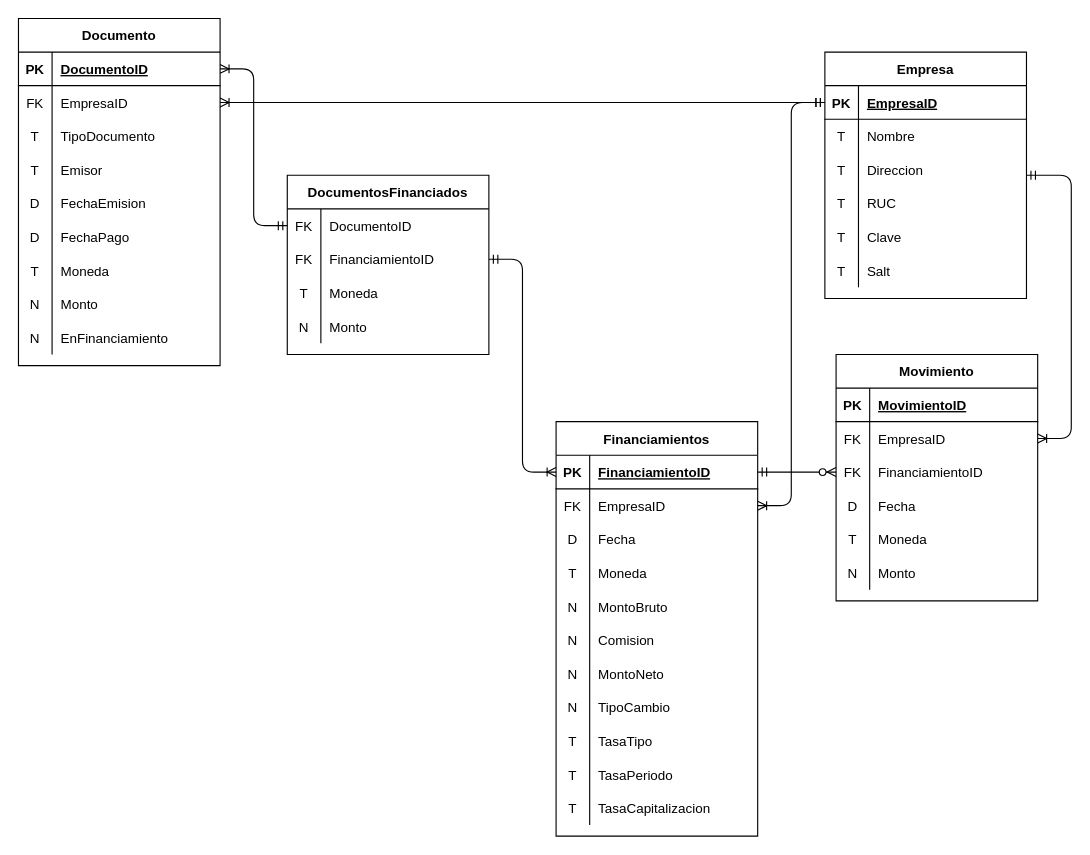
The draw.io diagram database/Diagrama-ER.drawio in RenzoDD/finanzas-proyecto, before the edit. Source tidied: cells renumbered, new cells numbered last; positions are measured from the earlier drawing's top-left corner, leaving out a move shared by most shapes. Both pictures are drawn from the tidied source at 112%, with x=0, y=0 at pixel (18, 18).
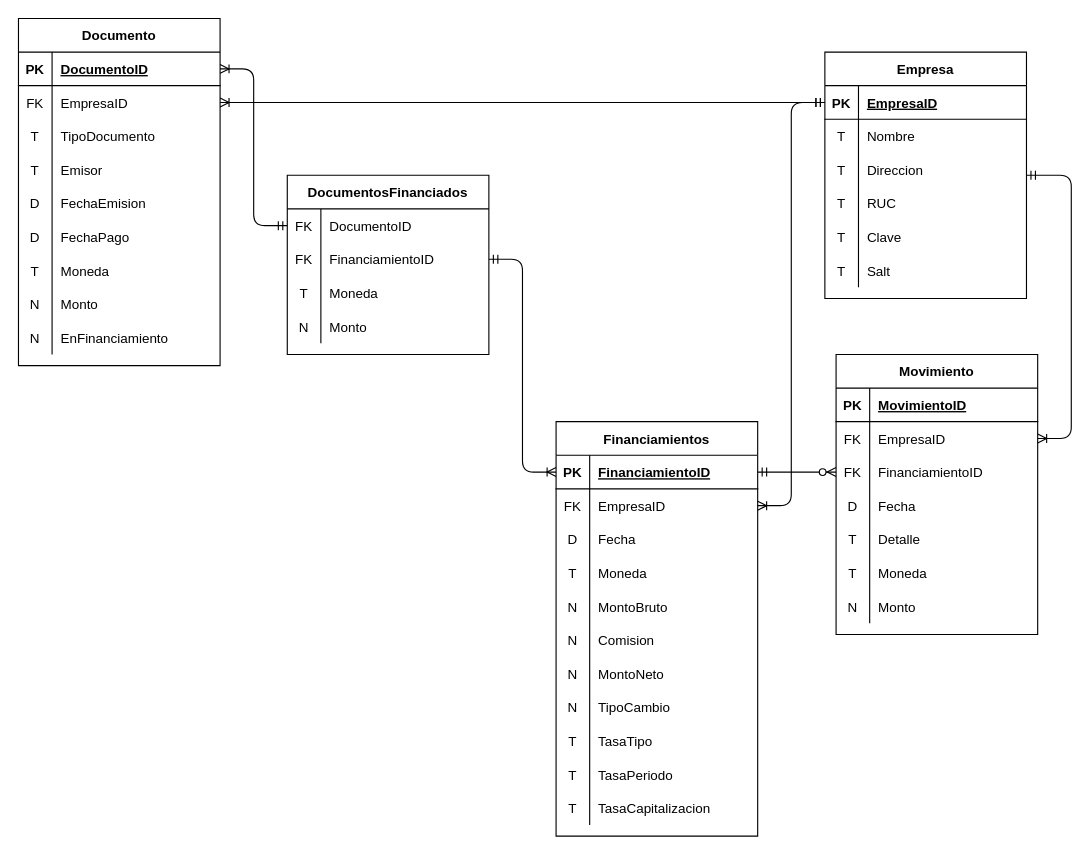
Above is the later version.

The edit, as a diff of the source:
```diff
@@
     <mxCell id="49" value="Movimiento" style="shape=table;startSize=30;childLayout=tableLayout;rowLines=0;fontStyle=1;align=center;" parent="1" vertex="1">
-      <mxGeometry x="730" y="300" width="180" height="220" as="geometry" />
+      <mxGeometry x="730" y="300" width="180" height="250" as="geometry" />
     </mxCell>
@@
+    <mxCell id="121" style="shape=partialRectangle;fillColor=none;top=0;left=0;bottom=0;right=0;" parent="49" vertex="1">
+      <mxGeometry y="150" width="180" height="30" as="geometry" />
+    </mxCell>
+    <mxCell id="122" value="T" style="shape=partialRectangle;fillColor=none;top=0;left=0;bottom=0;right=0;overflow=hidden;" parent="121" vertex="1">
+      <mxGeometry width="30" height="30" as="geometry" />
+    </mxCell>
+    <mxCell id="123" value="Detalle" style="shape=partialRectangle;fillColor=none;top=0;left=0;bottom=0;right=0;align=left;spacingLeft=6;overflow=hidden;" parent="121" vertex="1">
+      <mxGeometry x="30" width="150" height="30" as="geometry" />
+    </mxCell>
     <mxCell id="62" style="shape=partialRectangle;fillColor=none;top=0;left=0;bottom=0;right=0;" parent="49" vertex="1">
-      <mxGeometry y="150" width="180" height="30" as="geometry" />
+      <mxGeometry y="180" width="180" height="30" as="geometry" />
     </mxCell>
@@
     <mxCell id="65" style="shape=partialRectangle;fillColor=none;top=0;left=0;bottom=0;right=0;" parent="49" vertex="1">
-      <mxGeometry y="180" width="180" height="30" as="geometry" />
+      <mxGeometry y="210" width="180" height="30" as="geometry" />
     </mxCell>
```
